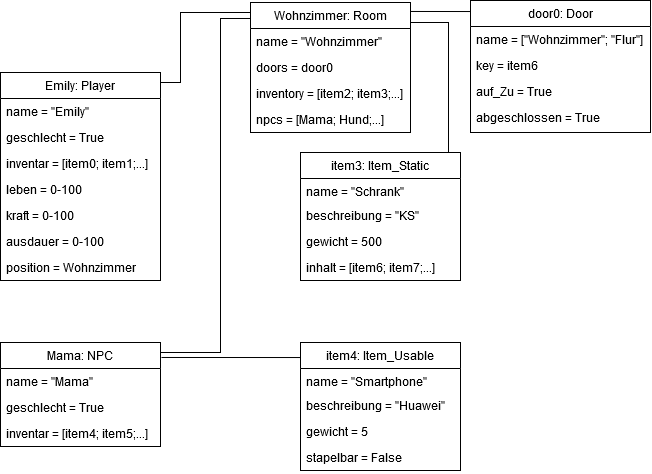
Earlier version of the draw.io export Objektdiagramm.png (Elegond/AE-Text-Adventure). Source tidied: cells renumbered, new cells last; positions are measured from the earlier drawing's top-left corner, leaving out a move shared by most shapes.
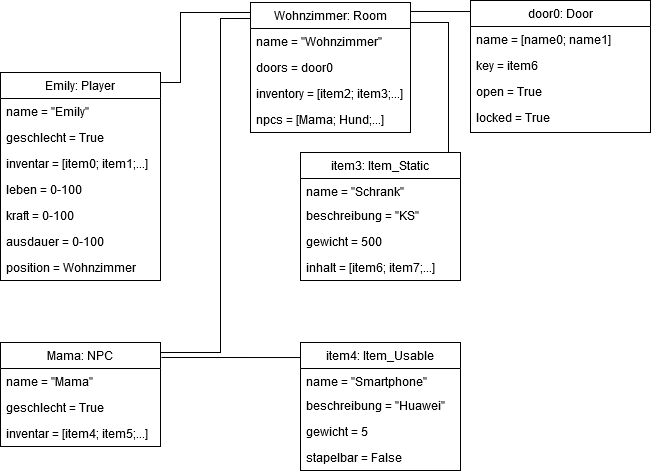
Later version of the same file.

What changed in the source:
```diff
@@ -112,16 +112,16 @@
     <mxCell id="29" value="door0: Door" style="swimlane;fontStyle=0;align=center;verticalAlign=top;horizontal=1;startSize=26;rounded=0;shadow=0;strokeWidth=1;" parent="1" vertex="1">
       <mxGeometry x="470" width="180" height="132" as="geometry" />
     </mxCell>
-    <mxCell id="30" value="name = [&quot;Wohnzimmer&quot;; &quot;Flur&quot;]" style="text;align=left;verticalAlign=top;spacingLeft=4;spacingRight=4;overflow=hidden;" parent="29" vertex="1">
+    <mxCell id="30" value="name = [name0; name1]" style="text;align=left;verticalAlign=top;spacingLeft=4;spacingRight=4;overflow=hidden;" parent="29" vertex="1">
       <mxGeometry y="26" width="180" height="26" as="geometry" />
     </mxCell>
     <mxCell id="31" value="key = item6" style="text;align=left;verticalAlign=top;spacingLeft=4;spacingRight=4;overflow=hidden;" parent="29" vertex="1">
       <mxGeometry y="52" width="180" height="26" as="geometry" />
     </mxCell>
-    <mxCell id="32" value="auf_Zu = True" style="text;align=left;verticalAlign=top;spacingLeft=4;spacingRight=4;overflow=hidden;fontStyle=0;" parent="29" vertex="1">
+    <mxCell id="32" value="open = True" style="text;align=left;verticalAlign=top;spacingLeft=4;spacingRight=4;overflow=hidden;fontStyle=0;" parent="29" vertex="1">
       <mxGeometry y="78" width="180" height="26" as="geometry" />
     </mxCell>
-    <mxCell id="33" value="abgeschlossen = True" style="text;align=left;verticalAlign=top;spacingLeft=4;spacingRight=4;overflow=hidden;" parent="29" vertex="1">
+    <mxCell id="33" value="locked = True" style="text;align=left;verticalAlign=top;spacingLeft=4;spacingRight=4;overflow=hidden;" parent="29" vertex="1">
       <mxGeometry y="104" width="180" height="26" as="geometry" />
     </mxCell>
     <mxCell id="34" value="item3: Item_Static" style="swimlane;fontStyle=0;align=center;verticalAlign=top;horizontal=1;startSize=26;rounded=0;shadow=0;strokeWidth=1;" parent="1" vertex="1">
```
